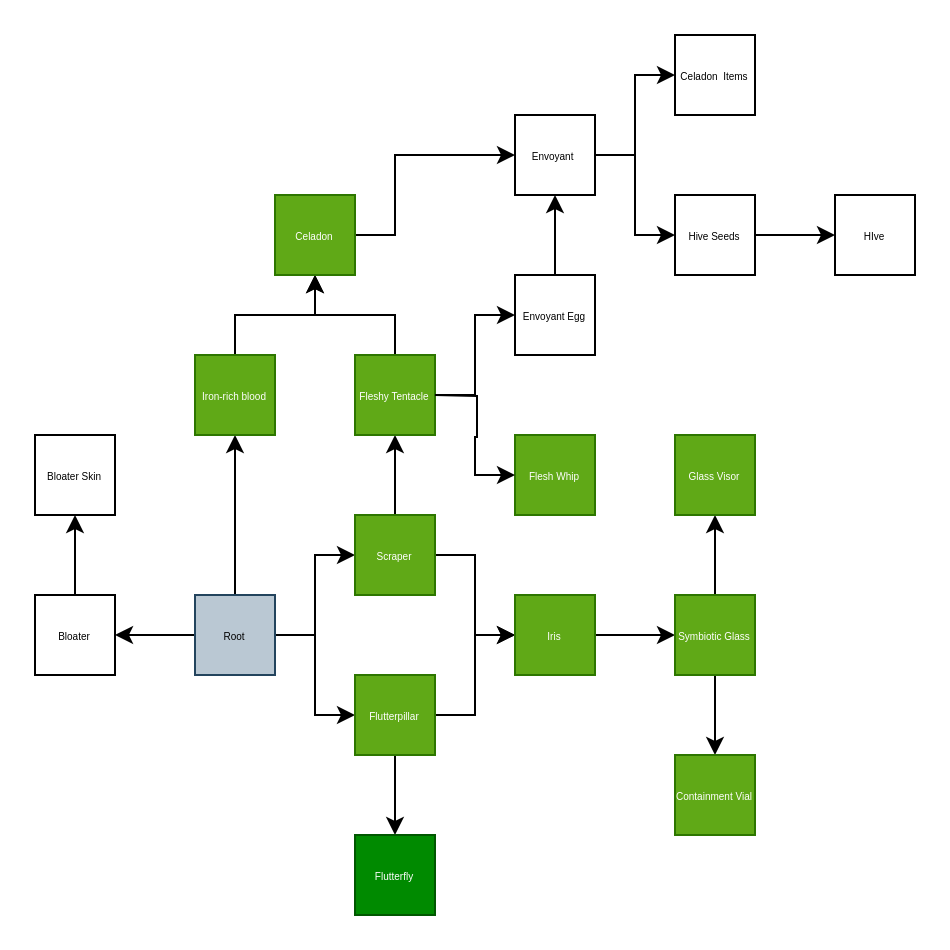
Before: map.drawio in asdru22/symbiote, a draw.io diagram. Source tidied: cells renumbered, new cells numbered last; positions are measured from the earlier drawing's top-left corner, leaving out a move shared by most shapes. Both pictures are drawn from the tidied source at 200%, with x=0, y=0 at pixel (34, 34).
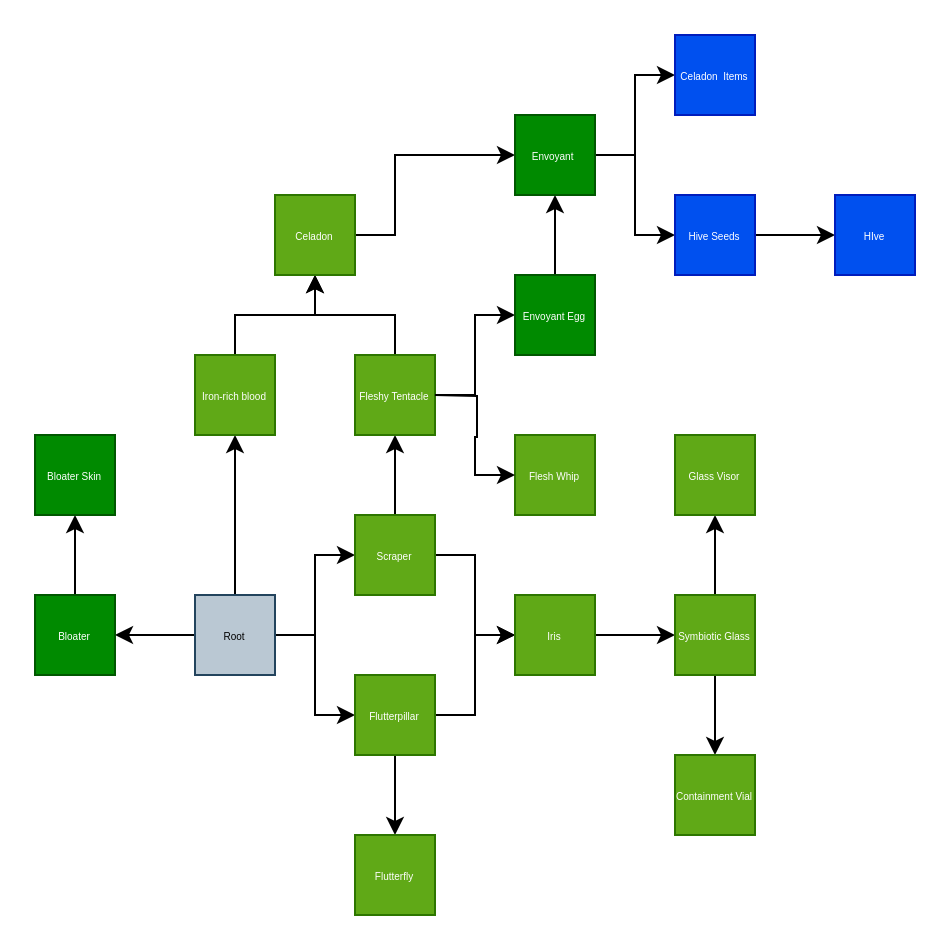
The same page after the edit.

Commit message (it also covers changes not shown here):
finished flutterfly

Diff of the diagram source:
```diff
@@
-    <mxCell id="13" value="Flutterfly" style="rounded=0;whiteSpace=wrap;html=1;fontSize=5;fillColor=#008a00;fontColor=#ffffff;strokeColor=#005700;" parent="1" vertex="1">
+    <mxCell id="13" value="Flutterfly" style="rounded=0;whiteSpace=wrap;html=1;fontSize=5;fillColor=#60a917;fontColor=#ffffff;strokeColor=#2D7600;" parent="1" vertex="1">
       <mxGeometry x="160" y="400" width="40" height="40" as="geometry" />
     </mxCell>
@@
-    <mxCell id="27" value="Envoyant Egg" style="rounded=0;whiteSpace=wrap;html=1;fontSize=5;" parent="1" vertex="1">
+    <mxCell id="27" value="Envoyant Egg" style="rounded=0;whiteSpace=wrap;html=1;fontSize=5;fillColor=#008a00;fontColor=#ffffff;strokeColor=#005700;" parent="1" vertex="1">
       <mxGeometry x="240" y="120" width="40" height="40" as="geometry" />
     </mxCell>
@@
-    <mxCell id="30" value="Envoyant&amp;nbsp;" style="rounded=0;whiteSpace=wrap;html=1;fontSize=5;" parent="1" vertex="1">
+    <mxCell id="30" value="Envoyant&amp;nbsp;" style="rounded=0;whiteSpace=wrap;html=1;fontSize=5;fillColor=#008a00;fontColor=#ffffff;strokeColor=#005700;" parent="1" vertex="1">
       <mxGeometry x="240" y="40" width="40" height="40" as="geometry" />
     </mxCell>
@@
-    <mxCell id="34" value="Hive Seeds" style="rounded=0;whiteSpace=wrap;html=1;fontSize=5;" parent="1" vertex="1">
+    <mxCell id="34" value="Hive Seeds" style="rounded=0;whiteSpace=wrap;html=1;fontSize=5;fillColor=#0050ef;fontColor=#ffffff;strokeColor=#001DBC;" parent="1" vertex="1">
       <mxGeometry x="320" y="80" width="40" height="40" as="geometry" />
     </mxCell>
-    <mxCell id="35" value="Celadon&amp;nbsp; Items" style="rounded=0;whiteSpace=wrap;html=1;fontSize=5;" parent="1" vertex="1">
+    <mxCell id="35" value="Celadon&amp;nbsp; Items" style="rounded=0;whiteSpace=wrap;html=1;fontSize=5;fillColor=#0050ef;fontColor=#ffffff;strokeColor=#001DBC;" parent="1" vertex="1">
       <mxGeometry x="320" width="40" height="40" as="geometry" />
     </mxCell>
@@
-    <mxCell id="39" value="Bloater" style="rounded=0;whiteSpace=wrap;html=1;fontSize=5;" parent="1" vertex="1">
+    <mxCell id="39" value="Bloater" style="rounded=0;whiteSpace=wrap;html=1;fontSize=5;fillColor=#008a00;fontColor=#ffffff;strokeColor=#005700;" parent="1" vertex="1">
       <mxGeometry y="280" width="40" height="40" as="geometry" />
     </mxCell>
-    <mxCell id="40" value="Bloater Skin" style="rounded=0;whiteSpace=wrap;html=1;fontSize=5;" parent="1" vertex="1">
+    <mxCell id="40" value="Bloater Skin" style="rounded=0;whiteSpace=wrap;html=1;fontSize=5;fillColor=#008a00;fontColor=#ffffff;strokeColor=#005700;" parent="1" vertex="1">
       <mxGeometry y="200" width="40" height="40" as="geometry" />
     </mxCell>
-    <mxCell id="41" value="HIve" style="rounded=0;whiteSpace=wrap;html=1;fontSize=5;" parent="1" vertex="1">
+    <mxCell id="41" value="HIve" style="rounded=0;whiteSpace=wrap;html=1;fontSize=5;fillColor=#0050ef;fontColor=#ffffff;strokeColor=#001DBC;" parent="1" vertex="1">
       <mxGeometry x="400" y="80" width="40" height="40" as="geometry" />
     </mxCell>
```
